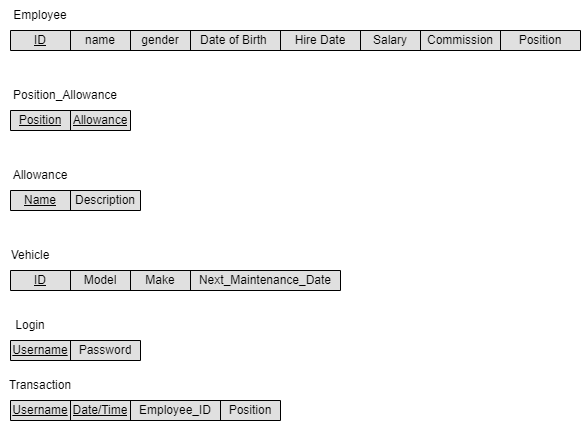
Above: Phase 1/Relational Schema.drawio.png in AhmedElkhashn/DB-project (draw.io), before the change. Source tidied: cells renumbered, new cells last; positions are measured from the earlier drawing's top-left corner, leaving out a move shared by most shapes.
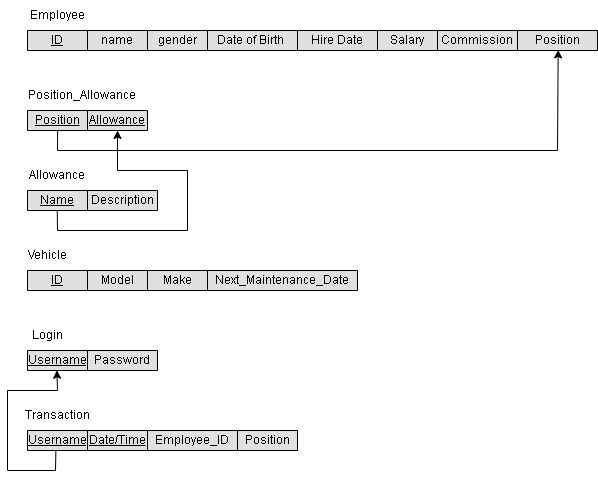
After the change.

What changed in the source:
```diff
@@ -84,7 +84,7 @@
       <mxGeometry x="180" width="150" height="20" as="geometry" />
     </mxCell>
     <mxCell id="29" style="shape=table;startSize=0;fontSize=16;fillColor=#e0e0e0;fontColor=#333333;strokeColor=#000000;" parent="1" vertex="1">
-      <mxGeometry x="10" y="340" width="130" height="20" as="geometry" />
+      <mxGeometry x="10" y="350" width="130" height="20" as="geometry" />
     </mxCell>
     <mxCell id="30" style="shape=tableRow;horizontal=0;startSize=0;swimlaneHead=0;swimlaneBody=0;strokeColor=inherit;top=0;left=0;bottom=0;right=0;fillColor=none;points=[[0,0.5],[1,0.5]];portConstraint=eastwest;fontSize=16;" parent="29" vertex="1">
       <mxGeometry width="130" height="20" as="geometry" />
@@ -96,13 +96,13 @@
       <mxGeometry x="60" width="70" height="20" as="geometry" />
     </mxCell>
     <mxCell id="33" value="Login" style="text;html=1;strokeColor=none;fillColor=none;align=center;verticalAlign=middle;whiteSpace=wrap;rounded=0;" parent="1" vertex="1">
-      <mxGeometry y="310" width="60" height="30" as="geometry" />
+      <mxGeometry y="320" width="60" height="30" as="geometry" />
     </mxCell>
     <mxCell id="34" value="Vehicle" style="text;html=1;strokeColor=none;fillColor=none;align=center;verticalAlign=middle;whiteSpace=wrap;rounded=0;" parent="1" vertex="1">
       <mxGeometry y="240" width="60" height="30" as="geometry" />
     </mxCell>
     <mxCell id="35" style="shape=table;startSize=0;fontSize=16;fillColor=#E0E0E0;fontColor=#333333;strokeColor=#000000;" parent="1" vertex="1">
-      <mxGeometry x="10" y="400" width="270" height="20" as="geometry" />
+      <mxGeometry x="10" y="430" width="270" height="20" as="geometry" />
     </mxCell>
     <mxCell id="36" style="shape=tableRow;horizontal=0;startSize=0;swimlaneHead=0;swimlaneBody=0;strokeColor=inherit;top=0;left=0;bottom=0;right=0;fillColor=none;points=[[0,0.5],[1,0.5]];portConstraint=eastwest;fontSize=16;" parent="35" vertex="1">
       <mxGeometry width="270" height="20" as="geometry" />
@@ -120,7 +120,35 @@
       <mxGeometry x="210" width="60" height="20" as="geometry" />
     </mxCell>
     <mxCell id="41" value="Transaction" style="text;html=1;strokeColor=none;fillColor=none;align=center;verticalAlign=middle;whiteSpace=wrap;rounded=0;" parent="1" vertex="1">
-      <mxGeometry x="10" y="370" width="60" height="30" as="geometry" />
+      <mxGeometry x="10" y="400" width="60" height="30" as="geometry" />
     </mxCell>
+    <mxCell id="42" style="endArrow=classic;html=1;rounded=0;exitX=0.251;exitY=0.969;exitDx=0;exitDy=0;exitPerimeter=0;entryX=0.931;entryY=0.969;entryDx=0;entryDy=0;entryPerimeter=0;" parent="1" edge="1" source="14" target="3">
+      <mxGeometry relative="1" as="geometry">
+        <Array as="points">
+          <mxPoint x="40" y="150" />
+          <mxPoint x="540" y="150" />
+        </Array>
+      </mxGeometry>
+    </mxCell>
+    <mxCell id="43" style="endArrow=classic;html=1;rounded=0;exitX=0.229;exitY=1.024;exitDx=0;exitDy=0;exitPerimeter=0;entryX=0.75;entryY=1;entryDx=0;entryDy=0;" parent="1" edge="1" source="19" target="13">
+      <mxGeometry relative="1" as="geometry">
+        <Array as="points">
+          <mxPoint x="40" y="230" />
+          <mxPoint x="170" y="230" />
+          <mxPoint x="170" y="170" />
+          <mxPoint x="100" y="170" />
+        </Array>
+      </mxGeometry>
+    </mxCell>
+    <mxCell id="44" style="endArrow=classic;html=1;rounded=0;exitX=0.105;exitY=1.043;exitDx=0;exitDy=0;exitPerimeter=0;entryX=0.226;entryY=0.987;entryDx=0;entryDy=0;entryPerimeter=0;" parent="1" edge="1" source="36" target="30">
+      <mxGeometry relative="1" as="geometry">
+        <Array as="points">
+          <mxPoint x="38" y="470" />
+          <mxPoint x="-10" y="470" />
+          <mxPoint x="-10" y="390" />
+          <mxPoint x="40" y="390" />
+        </Array>
+      </mxGeometry>
+    </mxCell>
   </root>
 </mxGraphModel>
```
